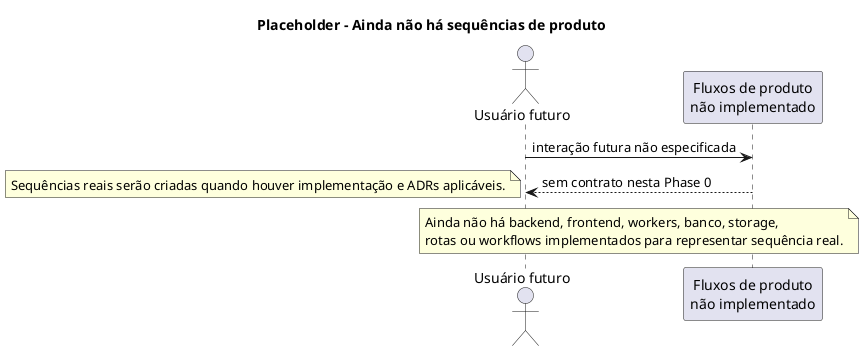
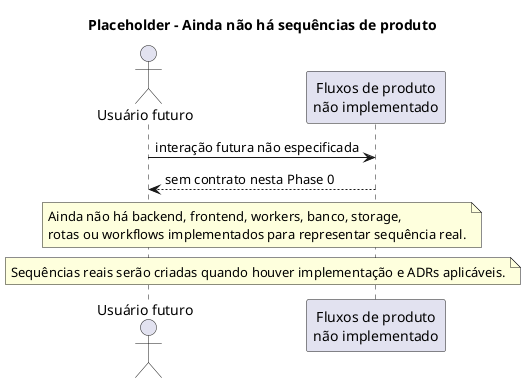
@startuml
' S0.07 UML baseline
' Related ADRs:
' - ADR-0012 DocumentEnvelope como núcleo GED
' - ADR-0013 Revisão humana, aceite e override
' Guardrail: placeholder; ainda não há sequências de produto implementadas.

title Placeholder - Ainda não há sequências de produto

actor "Usuário futuro" as FutureUser
participant "Fluxos de produto\nnão implementado" as FutureFlow

FutureUser -> FutureFlow : interação futura não especificada
FutureFlow --> FutureUser : sem contrato nesta Phase 0

note over FutureUser, FutureFlow
  Ainda não há backend, frontend, workers, banco, storage,
  rotas ou workflows implementados para representar sequência real.
end note

- note bottom
+ note over FutureUser, FutureFlow
  Sequências reais serão criadas quando houver implementação e ADRs aplicáveis.
end note

@enduml
